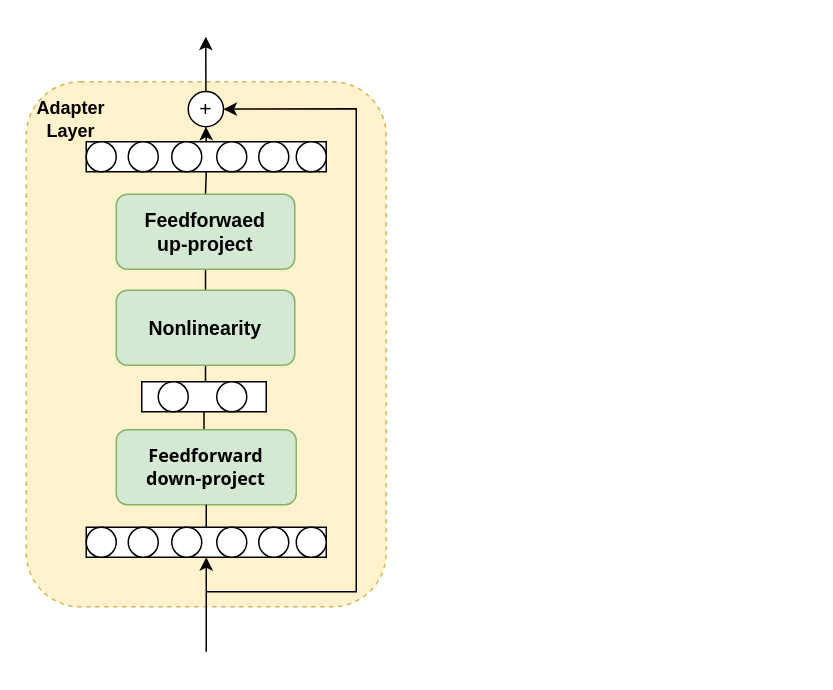
This is draw.io/预答辩.drawio from Liang-yonghui/draw, a draw.io file, before an edit. Source tidied: cells renumbered, new cells numbered last; positions are measured from the earlier drawing's top-left corner, leaving out a move shared by most shapes. Both pictures are drawn from the tidied source at 150%, with x=0, y=0 at pixel (26, 36).
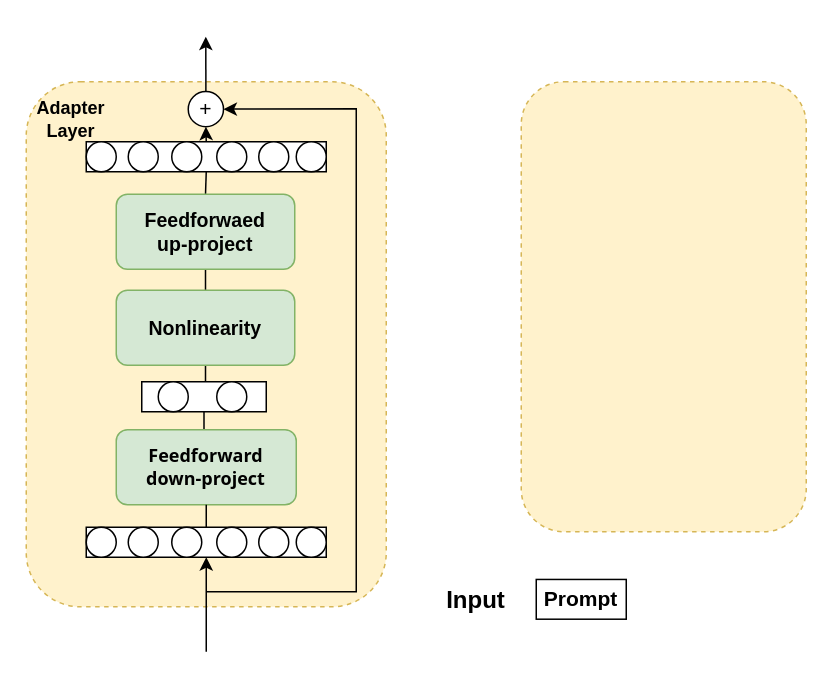
Above is the later version.

Commit message (it also covers changes not shown here):
更新预答辩.drawio

What changed in the source:
```diff
@@
+    <mxCell id="36" style="rounded=1;whiteSpace=wrap;html=1;labelBorderColor=none;dashed=1;fillColor=#fff2cc;strokeColor=#d6b656;" parent="1" vertex="1">
+      <mxGeometry x="330" y="30" width="190" height="300" as="geometry" />
+    </mxCell>
+    <mxCell id="37" value="&lt;b&gt;&lt;font style=&quot;font-size: 16px;&quot;&gt;Input&lt;/font&gt;&lt;/b&gt;" style="text;html=1;align=center;verticalAlign=middle;whiteSpace=wrap;rounded=0;" parent="1" vertex="1">
+      <mxGeometry x="270" y="360" width="60" height="30" as="geometry" />
+    </mxCell>
+    <mxCell id="38" value="&lt;b&gt;&lt;font style=&quot;font-size: 14px;&quot;&gt;Prompt&lt;/font&gt;&lt;/b&gt;" style="rounded=0;whiteSpace=wrap;html=1;" parent="1" vertex="1">
+      <mxGeometry x="340" y="361.8" width="60" height="26.5" as="geometry" />
+    </mxCell>
```
